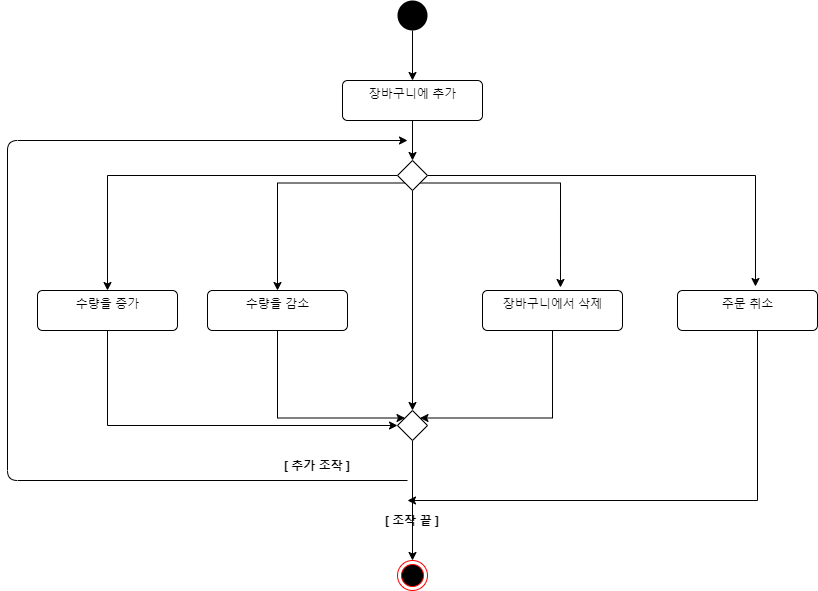
The draw.io diagram 상세명세서/Functional Model/activity diagram/Manage Cart.png in distroytest/KNUSD-20202-Team05, before a commit. Source tidied: cells renumbered, new cells last; positions are measured from the earlier drawing's top-left corner, leaving out a move shared by most shapes.
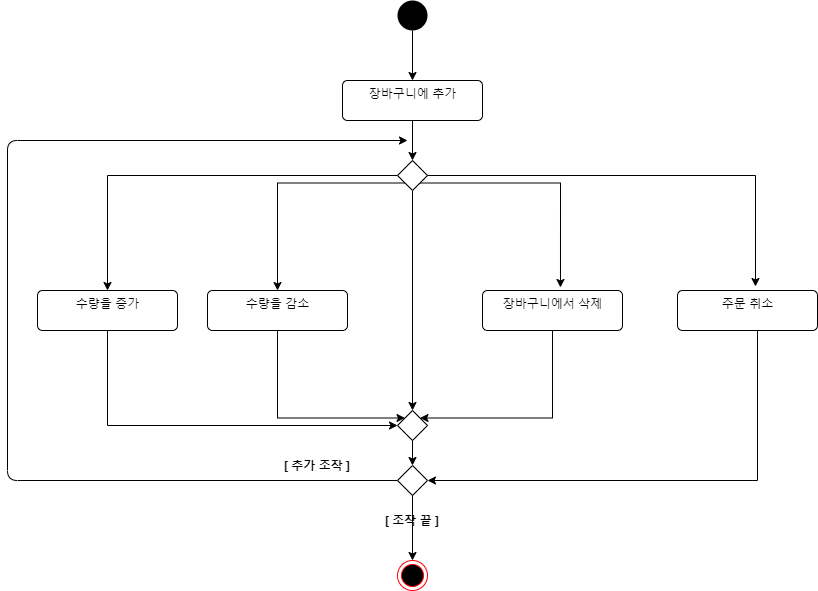
The same diagram one commit later.

What changed in the source:
```diff
@@ -62,29 +62,32 @@
     <mxCell id="17" value="장바구니에서 삭제" style="html=1;align=center;verticalAlign=top;rounded=1;absoluteArcSize=1;arcSize=10;dashed=0;" parent="1" vertex="1">
       <mxGeometry x="475" y="290" width="140" height="40" as="geometry" />
     </mxCell>
-    <mxCell id="18" style="edgeStyle=orthogonalEdgeStyle;rounded=0;jettySize=auto;html=1;" parent="1" edge="1" source="19">
+    <mxCell id="18" style="edgeStyle=orthogonalEdgeStyle;rounded=0;jettySize=auto;html=1;entryX=1;entryY=0.5;entryDx=0;entryDy=0;" parent="1" edge="1" source="19" target="27">
       <mxGeometry relative="1" as="geometry">
-        <mxPoint x="400" y="500" as="targetPoint" />
         <Array as="points">
-          <mxPoint x="750" y="500" />
+          <mxPoint x="750" y="480" />
         </Array>
       </mxGeometry>
     </mxCell>
     <mxCell id="19" value="주문 취소" style="html=1;align=center;verticalAlign=top;rounded=1;absoluteArcSize=1;arcSize=10;dashed=0;" parent="1" vertex="1">
       <mxGeometry x="670" y="290" width="140" height="40" as="geometry" />
     </mxCell>
-    <mxCell id="20" style="edgeStyle=orthogonalEdgeStyle;rounded=0;jettySize=auto;html=1;exitX=0.5;exitY=1;exitDx=0;exitDy=0;" parent="1" edge="1" source="21" target="22">
-      <mxGeometry relative="1" as="geometry" />
+    <mxCell id="20" style="edgeStyle=orthogonalEdgeStyle;rounded=0;jettySize=auto;html=1;" parent="1" edge="1" target="22">
+      <mxGeometry relative="1" as="geometry">
+        <mxPoint x="405" y="490" as="sourcePoint" />
+      </mxGeometry>
     </mxCell>
+    <mxCell id="26" style="edgeStyle=orthogonalEdgeStyle;rounded=0;jettySize=auto;html=1;exitX=0.5;exitY=1;exitDx=0;exitDy=0;entryX=0.5;entryY=0;entryDx=0;entryDy=0;" parent="1" edge="1" source="21" target="27">
+      <mxGeometry relative="1" as="geometry" />
+    </mxCell>
     <mxCell id="21" style="rhombus;" parent="1" vertex="1">
       <mxGeometry x="390" y="410" width="30" height="30" as="geometry" />
     </mxCell>
     <mxCell id="22" style="ellipse;html=1;shape=endState;fillColor=#000000;strokeColor=#ff0000;" parent="1" vertex="1">
       <mxGeometry x="390" y="560" width="30" height="30" as="geometry" />
     </mxCell>
-    <mxCell id="23" style="endArrow=classic;html=1;" parent="1" edge="1">
+    <mxCell id="23" style="endArrow=classic;html=1;exitX=0;exitY=0.5;exitDx=0;exitDy=0;" parent="1" edge="1" source="27">
       <mxGeometry relative="1" as="geometry">
-        <mxPoint x="400" y="480" as="sourcePoint" />
         <mxPoint x="400" y="140" as="targetPoint" />
         <Array as="points">
           <mxPoint y="480" />
@@ -98,5 +101,8 @@
     <mxCell id="25" value="&lt;b&gt;[ 조작 끝 ]&lt;/b&gt;" style="text;html=1;strokeColor=none;fillColor=none;align=center;verticalAlign=middle;whiteSpace=wrap;rounded=0;" parent="1" vertex="1">
       <mxGeometry x="370" y="510" width="70" height="20" as="geometry" />
     </mxCell>
+    <mxCell id="27" style="rhombus;" parent="1" vertex="1">
+      <mxGeometry x="390" y="465" width="30" height="30" as="geometry" />
+    </mxCell>
   </root>
 </mxGraphModel>
```
